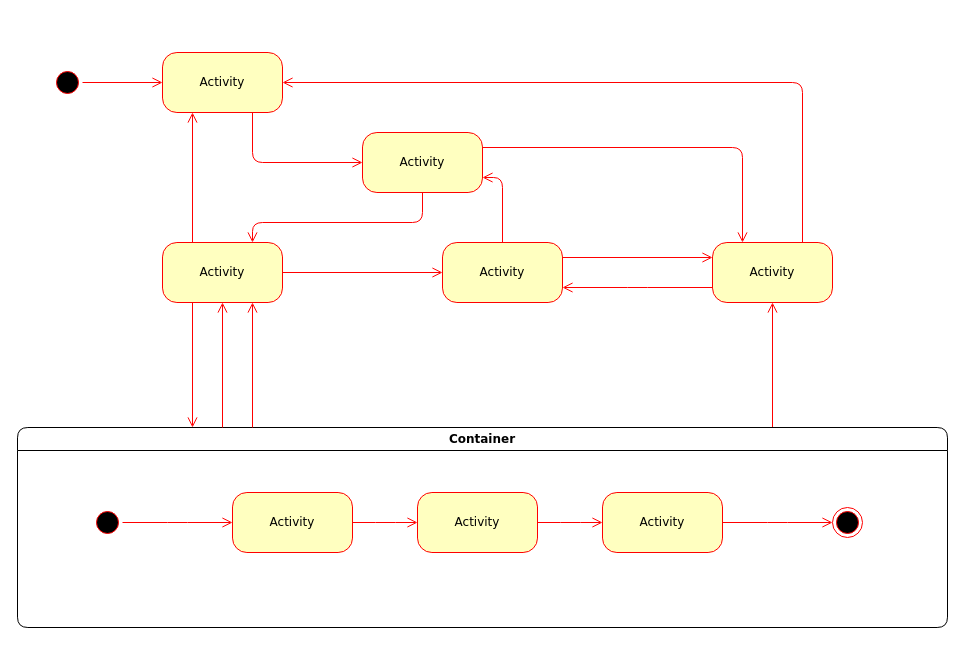
This is 状态机图.drawio from chenminchn/UML, a draw.io file, before an edit. Source tidied: cells renumbered, new cells numbered last; positions are measured from the earlier drawing's top-left corner, leaving out a move shared by most shapes. Both pictures are drawn from the tidied source at 100%, with x=0, y=0 at pixel (17, 52).
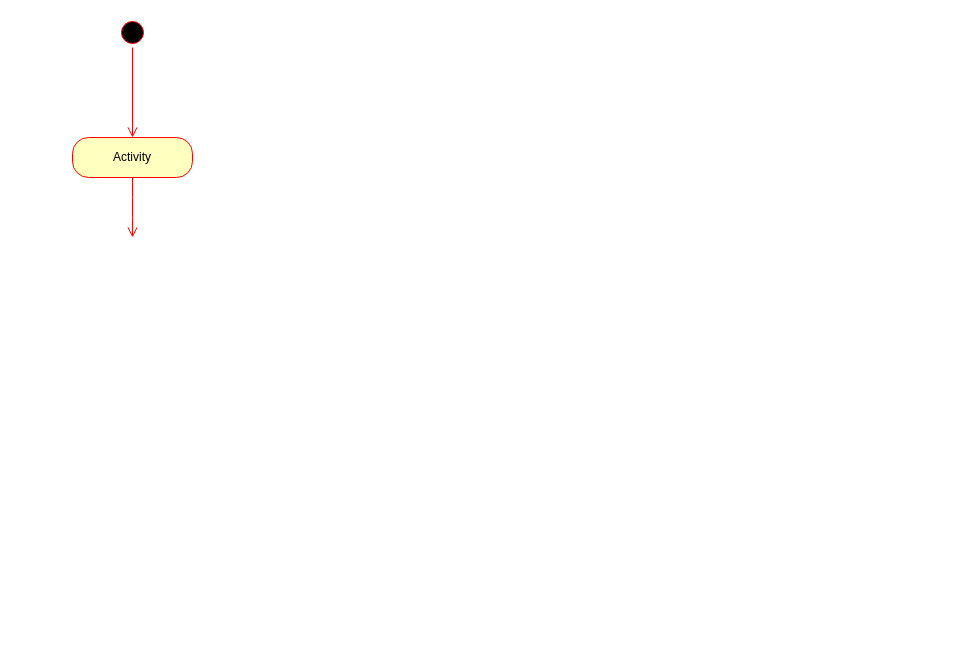
After the change.

What changed in the source:
```diff
@@
-    <mxCell id="2" style="ellipse;html=1;shape=startState;fillColor=#000000;strokeColor=#ff0000;rounded=1;shadow=0;comic=0;labelBackgroundColor=none;fontFamily=Verdana;fontSize=12;fontColor=#000000;align=center;direction=south;" parent="1" vertex="1">
-      <mxGeometry x="35" y="15" width="30" height="30" as="geometry" />
-    </mxCell>
-    <mxCell id="3" value="Activity" style="rounded=1;whiteSpace=wrap;html=1;arcSize=24;fillColor=#ffffc0;strokeColor=#ff0000;shadow=0;comic=0;labelBackgroundColor=none;fontFamily=Verdana;fontSize=12;fontColor=#000000;align=center;" parent="1" vertex="1">
-      <mxGeometry x="145" y="190" width="120" height="60" as="geometry" />
-    </mxCell>
-    <mxCell id="4" value="Activity" style="rounded=1;whiteSpace=wrap;html=1;arcSize=24;fillColor=#ffffc0;strokeColor=#ff0000;shadow=0;comic=0;labelBackgroundColor=none;fontFamily=Verdana;fontSize=12;fontColor=#000000;align=center;" parent="1" vertex="1">
-      <mxGeometry x="145" width="120" height="60" as="geometry" />
-    </mxCell>
-    <mxCell id="5" style="edgeStyle=orthogonalEdgeStyle;html=1;exitX=1;exitY=0.25;entryX=0.25;entryY=0;labelBackgroundColor=none;endArrow=open;endSize=8;strokeColor=#ff0000;fontFamily=Verdana;fontSize=12;align=left;" parent="1" edge="1" source="6" target="9">
-      <mxGeometry relative="1" as="geometry" />
-    </mxCell>
-    <mxCell id="6" value="Activity" style="rounded=1;whiteSpace=wrap;html=1;arcSize=24;fillColor=#ffffc0;strokeColor=#ff0000;shadow=0;comic=0;labelBackgroundColor=none;fontFamily=Verdana;fontSize=12;fontColor=#000000;align=center;" parent="1" vertex="1">
-      <mxGeometry x="345" y="80" width="120" height="60" as="geometry" />
-    </mxCell>
-    <mxCell id="7" style="edgeStyle=orthogonalEdgeStyle;html=1;exitX=0.75;exitY=0;entryX=1;entryY=0.5;labelBackgroundColor=none;endArrow=open;endSize=8;strokeColor=#ff0000;fontFamily=Verdana;fontSize=12;align=left;" parent="1" edge="1" source="9" target="4">
-      <mxGeometry relative="1" as="geometry">
-        <Array as="points">
-          <mxPoint x="785" y="30" />
-        </Array>
-      </mxGeometry>
-    </mxCell>
-    <mxCell id="8" style="edgeStyle=elbowEdgeStyle;html=1;exitX=0;exitY=0.75;entryX=1;entryY=0.75;labelBackgroundColor=none;endArrow=open;endSize=8;strokeColor=#ff0000;fontFamily=Verdana;fontSize=12;align=left;" parent="1" edge="1" source="9" target="10">
-      <mxGeometry relative="1" as="geometry" />
-    </mxCell>
-    <mxCell id="9" value="Activity" style="rounded=1;whiteSpace=wrap;html=1;arcSize=24;fillColor=#ffffc0;strokeColor=#ff0000;shadow=0;comic=0;labelBackgroundColor=none;fontFamily=Verdana;fontSize=12;fontColor=#000000;align=center;" parent="1" vertex="1">
-      <mxGeometry x="695" y="190" width="120" height="60" as="geometry" />
-    </mxCell>
-    <mxCell id="10" value="Activity" style="rounded=1;whiteSpace=wrap;html=1;arcSize=24;fillColor=#ffffc0;strokeColor=#ff0000;shadow=0;comic=0;labelBackgroundColor=none;fontFamily=Verdana;fontSize=12;fontColor=#000000;align=center;" parent="1" vertex="1">
-      <mxGeometry x="425" y="190" width="120" height="60" as="geometry" />
-    </mxCell>
-    <mxCell id="11" style="edgeStyle=elbowEdgeStyle;html=1;labelBackgroundColor=none;endArrow=open;endSize=8;strokeColor=#ff0000;fontFamily=Verdana;fontSize=12;align=left;" parent="1" edge="1" source="12" target="9">
-      <mxGeometry relative="1" as="geometry" />
-    </mxCell>
-    <mxCell id="12" value="Container" style="swimlane;whiteSpace=wrap;html=1;rounded=1;shadow=0;comic=0;labelBackgroundColor=none;strokeColor=#000000;strokeWidth=1;fillColor=#ffffff;fontFamily=Verdana;fontSize=12;fontColor=#000000;align=center;" parent="1" vertex="1">
-      <mxGeometry y="375" width="930" height="200" as="geometry" />
-    </mxCell>
-    <mxCell id="13" style="edgeStyle=elbowEdgeStyle;html=1;labelBackgroundColor=none;endArrow=open;endSize=8;strokeColor=#ff0000;fontFamily=Verdana;fontSize=12;align=left;" parent="12" edge="1" source="14" target="19">
-      <mxGeometry relative="1" as="geometry" />
-    </mxCell>
-    <mxCell id="14" value="Activity" style="rounded=1;whiteSpace=wrap;html=1;arcSize=24;fillColor=#ffffc0;strokeColor=#ff0000;shadow=0;comic=0;labelBackgroundColor=none;fontFamily=Verdana;fontSize=12;fontColor=#000000;align=center;" parent="12" vertex="1">
-      <mxGeometry x="215" y="65" width="120" height="60" as="geometry" />
-    </mxCell>
-    <mxCell id="15" style="ellipse;html=1;shape=endState;fillColor=#000000;strokeColor=#ff0000;rounded=1;shadow=0;comic=0;labelBackgroundColor=none;fontFamily=Verdana;fontSize=12;fontColor=#000000;align=center;" parent="12" vertex="1">
-      <mxGeometry x="815" y="80" width="30" height="30" as="geometry" />
-    </mxCell>
-    <mxCell id="16" style="edgeStyle=elbowEdgeStyle;html=1;labelBackgroundColor=none;endArrow=open;endSize=8;strokeColor=#ff0000;fontFamily=Verdana;fontSize=12;align=left;" parent="12" edge="1" source="17" target="14">
-      <mxGeometry relative="1" as="geometry" />
-    </mxCell>
-    <mxCell id="17" style="ellipse;html=1;shape=startState;fillColor=#000000;strokeColor=#ff0000;rounded=1;shadow=0;comic=0;labelBackgroundColor=none;fontFamily=Verdana;fontSize=12;fontColor=#000000;align=center;direction=south;" parent="12" vertex="1">
-      <mxGeometry x="75" y="80" width="30" height="30" as="geometry" />
-    </mxCell>
-    <mxCell id="18" style="edgeStyle=elbowEdgeStyle;html=1;labelBackgroundColor=none;endArrow=open;endSize=8;strokeColor=#ff0000;fontFamily=Verdana;fontSize=12;align=left;" parent="12" edge="1" source="19" target="21">
-      <mxGeometry relative="1" as="geometry" />
-    </mxCell>
-    <mxCell id="19" value="Activity" style="rounded=1;whiteSpace=wrap;html=1;arcSize=24;fillColor=#ffffc0;strokeColor=#ff0000;shadow=0;comic=0;labelBackgroundColor=none;fontFamily=Verdana;fontSize=12;fontColor=#000000;align=center;" parent="12" vertex="1">
-      <mxGeometry x="400" y="65" width="120" height="60" as="geometry" />
-    </mxCell>
-    <mxCell id="20" style="edgeStyle=elbowEdgeStyle;html=1;labelBackgroundColor=none;endArrow=open;endSize=8;strokeColor=#ff0000;fontFamily=Verdana;fontSize=12;align=left;" parent="12" edge="1" source="21" target="15">
-      <mxGeometry relative="1" as="geometry" />
-    </mxCell>
-    <mxCell id="21" value="Activity" style="rounded=1;whiteSpace=wrap;html=1;arcSize=24;fillColor=#ffffc0;strokeColor=#ff0000;shadow=0;comic=0;labelBackgroundColor=none;fontFamily=Verdana;fontSize=12;fontColor=#000000;align=center;" parent="12" vertex="1">
-      <mxGeometry x="585" y="65" width="120" height="60" as="geometry" />
-    </mxCell>
-    <mxCell id="22" style="edgeStyle=orthogonalEdgeStyle;html=1;labelBackgroundColor=none;endArrow=open;endSize=8;strokeColor=#ff0000;fontFamily=Verdana;fontSize=12;align=left;" parent="1" edge="1" source="2" target="4">
-      <mxGeometry relative="1" as="geometry" />
-    </mxCell>
-    <mxCell id="23" style="edgeStyle=orthogonalEdgeStyle;html=1;labelBackgroundColor=none;endArrow=open;endSize=8;strokeColor=#ff0000;fontFamily=Verdana;fontSize=12;align=left;entryX=0;entryY=0.5;" parent="1" edge="1" source="4" target="6">
-      <mxGeometry relative="1" as="geometry">
-        <Array as="points">
-          <mxPoint x="235" y="110" />
-        </Array>
-      </mxGeometry>
-    </mxCell>
-    <mxCell id="24" style="edgeStyle=orthogonalEdgeStyle;html=1;entryX=0.75;entryY=0;labelBackgroundColor=none;endArrow=open;endSize=8;strokeColor=#ff0000;fontFamily=Verdana;fontSize=12;align=left;exitX=0.5;exitY=1;" parent="1" edge="1" source="6" target="3">
-      <mxGeometry relative="1" as="geometry">
-        <Array as="points">
-          <mxPoint x="405" y="170" />
-          <mxPoint x="235" y="170" />
-        </Array>
-      </mxGeometry>
-    </mxCell>
-    <mxCell id="25" style="edgeStyle=orthogonalEdgeStyle;html=1;exitX=0.25;exitY=0;entryX=0.25;entryY=1;labelBackgroundColor=none;endArrow=open;endSize=8;strokeColor=#ff0000;fontFamily=Verdana;fontSize=12;align=left;" parent="1" edge="1" source="3" target="4">
-      <mxGeometry relative="1" as="geometry" />
-    </mxCell>
-    <mxCell id="26" style="edgeStyle=orthogonalEdgeStyle;html=1;exitX=1;exitY=0.5;entryX=0;entryY=0.5;labelBackgroundColor=none;endArrow=open;endSize=8;strokeColor=#ff0000;fontFamily=Verdana;fontSize=12;align=left;" parent="1" edge="1" source="3" target="10">
-      <mxGeometry relative="1" as="geometry" />
-    </mxCell>
-    <mxCell id="27" style="edgeStyle=orthogonalEdgeStyle;html=1;exitX=0.5;exitY=0;entryX=1;entryY=0.75;labelBackgroundColor=none;endArrow=open;endSize=8;strokeColor=#ff0000;fontFamily=Verdana;fontSize=12;align=left;" parent="1" edge="1" source="10" target="6">
-      <mxGeometry relative="1" as="geometry" />
-    </mxCell>
-    <mxCell id="28" style="edgeStyle=orthogonalEdgeStyle;html=1;exitX=1;exitY=0.25;entryX=0;entryY=0.25;labelBackgroundColor=none;endArrow=open;endSize=8;strokeColor=#ff0000;fontFamily=Verdana;fontSize=12;align=left;" parent="1" edge="1" source="10" target="9">
-      <mxGeometry relative="1" as="geometry" />
-    </mxCell>
-    <mxCell id="29" style="edgeStyle=elbowEdgeStyle;html=1;labelBackgroundColor=none;endArrow=open;endSize=8;strokeColor=#ff0000;fontFamily=Verdana;fontSize=12;align=left;entryX=0.75;entryY=1;" parent="1" edge="1" source="12" target="3">
-      <mxGeometry relative="1" as="geometry" />
-    </mxCell>
-    <mxCell id="30" style="edgeStyle=elbowEdgeStyle;html=1;labelBackgroundColor=none;endArrow=open;endSize=8;strokeColor=#ff0000;fontFamily=Verdana;fontSize=12;align=left;entryX=0.5;entryY=1;" parent="1" edge="1" source="12" target="3">
-      <mxGeometry relative="1" as="geometry" />
-    </mxCell>
-    <mxCell id="31" style="edgeStyle=elbowEdgeStyle;html=1;labelBackgroundColor=none;endArrow=open;endSize=8;strokeColor=#ff0000;fontFamily=Verdana;fontSize=12;align=left;exitX=0.25;exitY=1;" parent="1" edge="1" source="3" target="12">
-      <mxGeometry relative="1" as="geometry" />
-    </mxCell>
+    <mxCell id="32" style="ellipse;html=1;shape=startState;fillColor=#000000;strokeColor=#ff0000;" parent="1" vertex="1">
+      <mxGeometry x="100" y="-35" width="30" height="30" as="geometry" />
+    </mxCell>
+    <mxCell id="33" style="edgeStyle=orthogonalEdgeStyle;html=1;verticalAlign=bottom;endArrow=open;endSize=8;strokeColor=#ff0000;entryX=0.5;entryY=0;entryDx=0;entryDy=0;" parent="1" edge="1" source="32" target="34">
+      <mxGeometry relative="1" as="geometry" />
+    </mxCell>
+    <mxCell id="34" value="Activity" style="rounded=1;whiteSpace=wrap;html=1;arcSize=40;fontColor=#000000;fillColor=#ffffc0;strokeColor=#ff0000;" parent="1" vertex="1">
+      <mxGeometry x="55" y="85" width="120" height="40" as="geometry" />
+    </mxCell>
+    <mxCell id="35" style="edgeStyle=orthogonalEdgeStyle;html=1;verticalAlign=bottom;endArrow=open;endSize=8;strokeColor=#ff0000;" parent="1" edge="1" source="34">
+      <mxGeometry relative="1" as="geometry">
+        <mxPoint x="115" y="185" as="targetPoint" />
+      </mxGeometry>
+    </mxCell>
```
